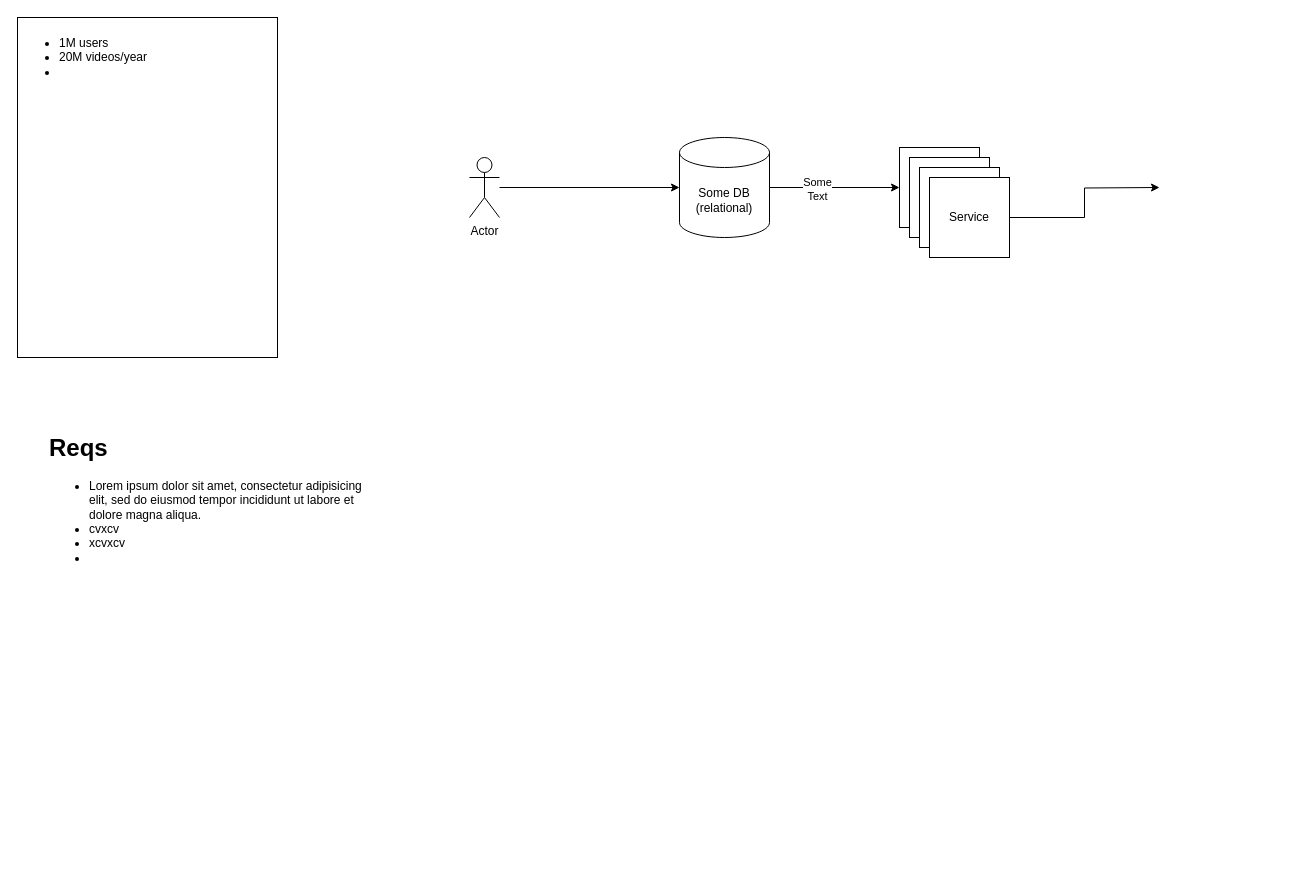
Earlier version of the draw.io diagram Untitled Diagram.drawio (GarryIV/app-diagrams-net). Source tidied: cells renumbered, new cells numbered last; positions are measured from the earlier drawing's top-left corner, leaving out a move shared by most shapes. Both pictures are drawn from the tidied source at 100%, with x=0, y=0 at pixel (17, 17).
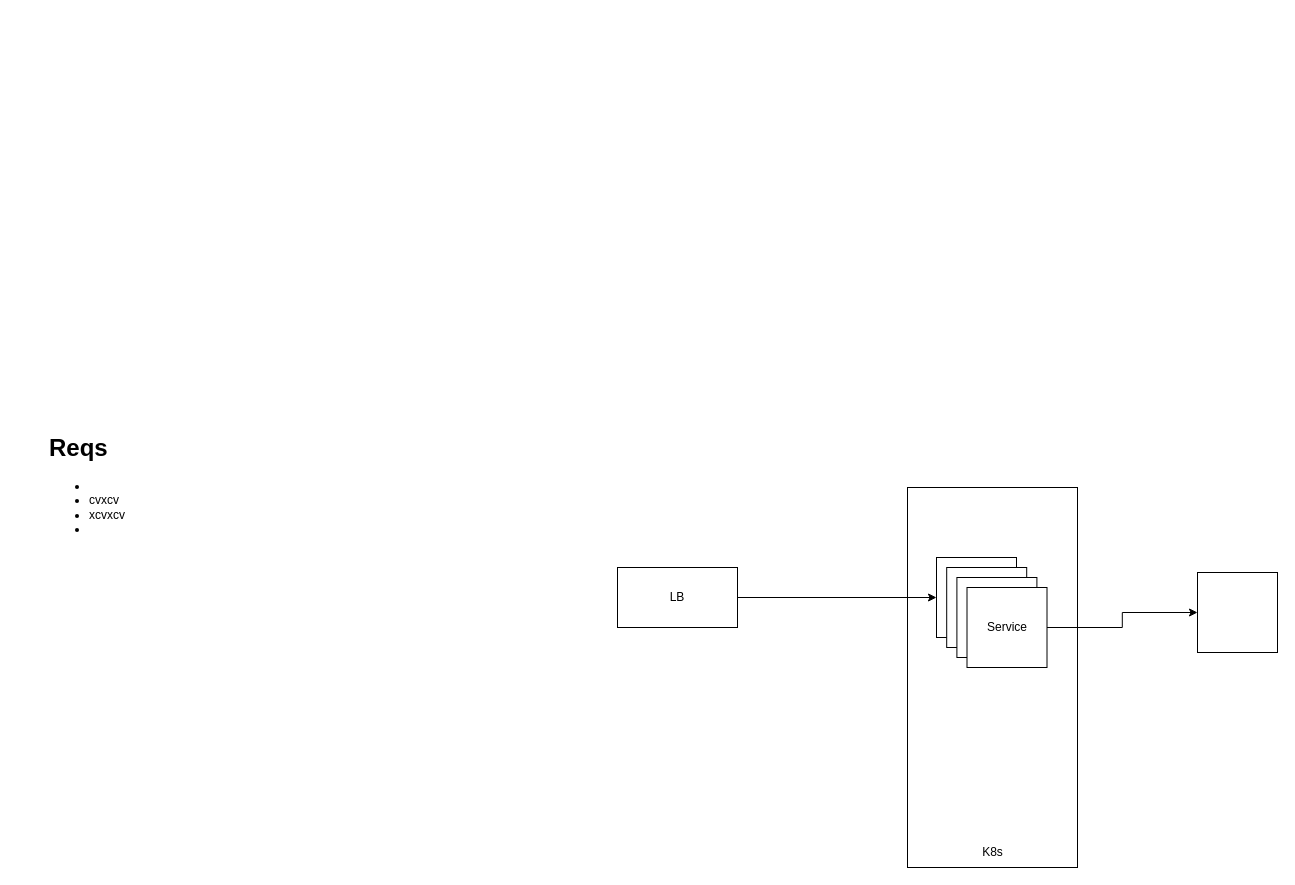
After the change.

The edit, as a diff of the source:
```diff
@@
 <mxGraphModel>
   <root>
     <mxCell id="0" />
     <mxCell id="1" parent="0" />
-    <mxCell id="2" style="edgeStyle=orthogonalEdgeStyle;rounded=0;jettySize=auto;html=1;" parent="1" edge="1" source="4" target="5">
-      <mxGeometry relative="1" as="geometry" />
-    </mxCell>
-    <mxCell id="3" value="Some&lt;div&gt;Text&lt;/div&gt;" style="edgeLabel;html=1;align=center;verticalAlign=middle;" parent="2" vertex="1">
-      <mxGeometry x="-0.27" y="-1" relative="1" as="geometry" />
-    </mxCell>
-    <mxCell id="4" value="Some DB&lt;div&gt;(relational)&lt;/div&gt;" style="shape=cylinder3;whiteSpace=wrap;html=1;boundedLbl=1;backgroundOutline=1;size=15;" parent="1" vertex="1">
-      <mxGeometry x="662" y="120" width="90" height="100" as="geometry" />
-    </mxCell>
+    <mxCell id="14" style="rounded=0;whiteSpace=wrap;html=1;" parent="1" vertex="1">
+      <mxGeometry x="890" y="470" width="170" height="380" as="geometry" />
+    </mxCell>
+    <mxCell id="13" value="&lt;h1 style=&quot;margin-top: 0px;&quot;&gt;Reqs&lt;/h1&gt;&lt;p&gt;&lt;/p&gt;&lt;ul&gt;&lt;li&gt;&lt;br&gt;&lt;/li&gt;&lt;li&gt;cvxcv&lt;/li&gt;&lt;li&gt;xcvxcv&lt;/li&gt;&lt;li&gt;&lt;br&gt;&lt;/li&gt;&lt;/ul&gt;&lt;p&gt;&lt;/p&gt;" style="text;html=1;whiteSpace=wrap;overflow=hidden;rounded=0;" parent="1" vertex="1">
+      <mxGeometry x="30" y="410" width="320" height="340" as="geometry" />
+    </mxCell>
+    <mxCell id="15" style="edgeStyle=orthogonalEdgeStyle;rounded=0;jettySize=auto;html=1;entryX=0;entryY=0.5;entryDx=0;entryDy=0;" parent="1" edge="1" source="16" target="5">
+      <mxGeometry relative="1" as="geometry" />
+    </mxCell>
+    <mxCell id="16" value="LB" style="rounded=0;whiteSpace=wrap;html=1;" parent="1" vertex="1">
+      <mxGeometry x="600" y="550" width="120" height="60" as="geometry" />
+    </mxCell>
+    <mxCell id="17" style="group;" parent="1" vertex="1">
+      <mxGeometry x="919" y="540" width="112" height="110" as="geometry" />
+    </mxCell>
-    <mxCell id="5" style="whiteSpace=wrap;html=1;" parent="1" vertex="1">
-      <mxGeometry x="882" y="130" width="80" height="80" as="geometry" />
+    <mxCell id="5" style="whiteSpace=wrap;html=1;" parent="17" vertex="1">
+      <mxGeometry width="80" height="80" as="geometry" />
     </mxCell>
-    <mxCell id="6" style="whiteSpace=wrap;html=1;" parent="1" vertex="1">
-      <mxGeometry x="892" y="140" width="80" height="80" as="geometry" />
+    <mxCell id="6" style="whiteSpace=wrap;html=1;" parent="17" vertex="1">
+      <mxGeometry x="10.2" y="10" width="80" height="80" as="geometry" />
     </mxCell>
-    <mxCell id="7" style="whiteSpace=wrap;html=1;" parent="1" vertex="1">
-      <mxGeometry x="902" y="150" width="80" height="80" as="geometry" />
+    <mxCell id="7" style="whiteSpace=wrap;html=1;" parent="17" vertex="1">
+      <mxGeometry x="20.4" y="20" width="80" height="80" as="geometry" />
     </mxCell>
-    <mxCell id="8" style="edgeStyle=orthogonalEdgeStyle;rounded=0;jettySize=auto;html=1;" parent="1" edge="1" source="9">
-      <mxGeometry relative="1" as="geometry">
-        <mxPoint x="1142" y="170" as="targetPoint" />
-      </mxGeometry>
-    </mxCell>
-    <mxCell id="9" value="Service" style="whiteSpace=wrap;html=1;" parent="1" vertex="1">
-      <mxGeometry x="912" y="160" width="80" height="80" as="geometry" />
+    <mxCell id="9" value="Service" style="whiteSpace=wrap;html=1;" parent="17" vertex="1">
+      <mxGeometry x="30.5" y="30" width="80" height="80" as="geometry" />
     </mxCell>
-    <mxCell id="10" value="Actor" style="shape=umlActor;verticalLabelPosition=bottom;verticalAlign=top;html=1;" parent="1" vertex="1">
-      <mxGeometry x="452" y="140" width="30" height="60" as="geometry" />
-    </mxCell>
-    <mxCell id="11" style="edgeStyle=orthogonalEdgeStyle;rounded=0;jettySize=auto;html=1;entryX=0;entryY=0.5;entryDx=0;entryDy=0;entryPerimeter=0;" parent="1" edge="1" source="10" target="4">
-      <mxGeometry relative="1" as="geometry" />
-    </mxCell>
-    <mxCell id="12" value="&lt;ul&gt;&lt;li&gt;1M users&lt;/li&gt;&lt;li&gt;20M videos/year&lt;/li&gt;&lt;li&gt;&lt;br&gt;&lt;/li&gt;&lt;/ul&gt;" style="rounded=0;whiteSpace=wrap;html=1;align=left;verticalAlign=top;" parent="1" vertex="1">
-      <mxGeometry width="260" height="340" as="geometry" />
-    </mxCell>
-    <mxCell id="13" value="&lt;h1 style=&quot;margin-top: 0px;&quot;&gt;Reqs&lt;/h1&gt;&lt;p&gt;&lt;/p&gt;&lt;ul&gt;&lt;li&gt;Lorem ipsum dolor sit amet, consectetur adipisicing elit, sed do eiusmod tempor incididunt ut labore et dolore magna aliqua.&lt;/li&gt;&lt;li&gt;cvxcv&lt;/li&gt;&lt;li&gt;xcvxcv&lt;/li&gt;&lt;li&gt;&lt;br&gt;&lt;/li&gt;&lt;/ul&gt;&lt;p&gt;&lt;/p&gt;" style="text;html=1;whiteSpace=wrap;overflow=hidden;rounded=0;" parent="1" vertex="1">
-      <mxGeometry x="30" y="410" width="320" height="340" as="geometry" />
-    </mxCell>
+    <mxCell id="18" style="whiteSpace=wrap;html=1;" parent="1" vertex="1">
+      <mxGeometry x="1180" y="555" width="80" height="80" as="geometry" />
+    </mxCell>
+    <mxCell id="19" style="edgeStyle=orthogonalEdgeStyle;rounded=0;jettySize=auto;html=1;" parent="1" edge="1" source="9" target="18">
+      <mxGeometry relative="1" as="geometry" />
+    </mxCell>
+    <mxCell id="20" value="K8s" style="text;html=1;align=center;verticalAlign=middle;strokeColor=none;fillColor=none;" parent="1" vertex="1">
+      <mxGeometry x="955" y="820" width="40" height="30" as="geometry" />
+    </mxCell>
   </root>
 </mxGraphModel>
```
